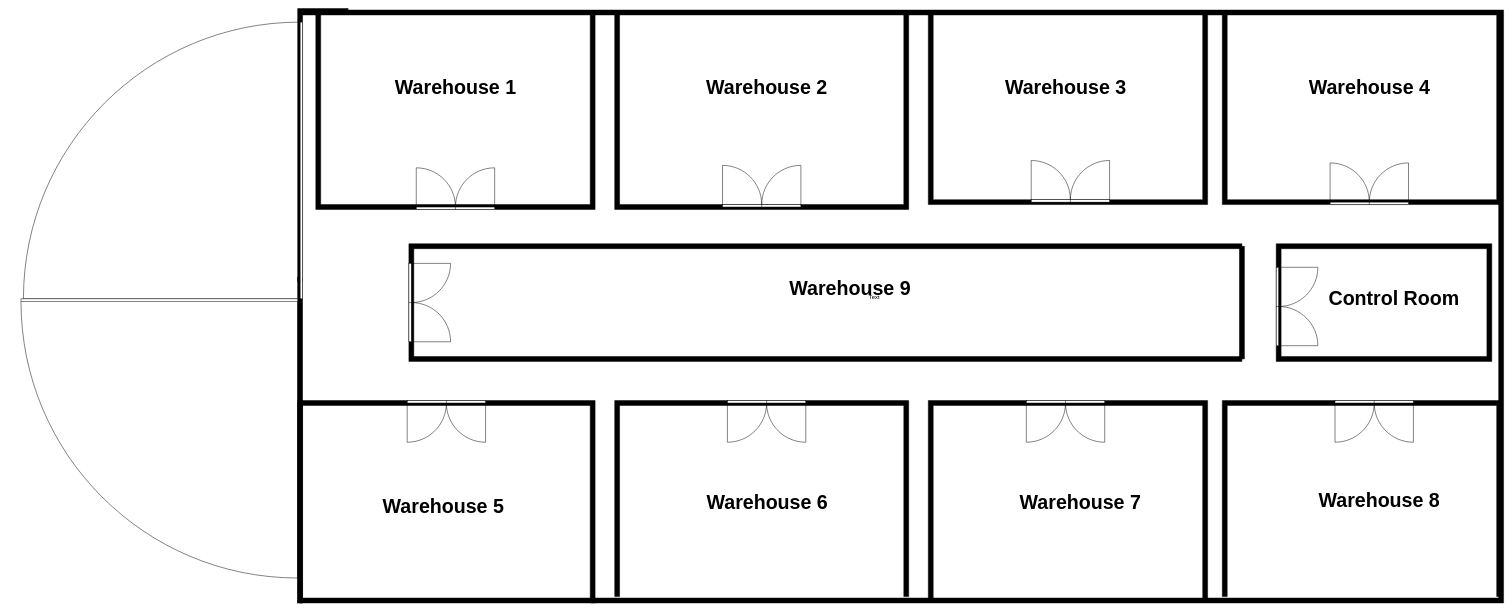
Above: new/Untitled Diagram.drawio in Lakhan-Nad/hello (draw.io), before the change. Source tidied: cells renumbered, new cells numbered last; positions are measured from the earlier drawing's top-left corner, leaving out a move shared by most shapes. Both pictures are drawn from the tidied source at 49%, with x=0, y=0 at pixel (8, -295).
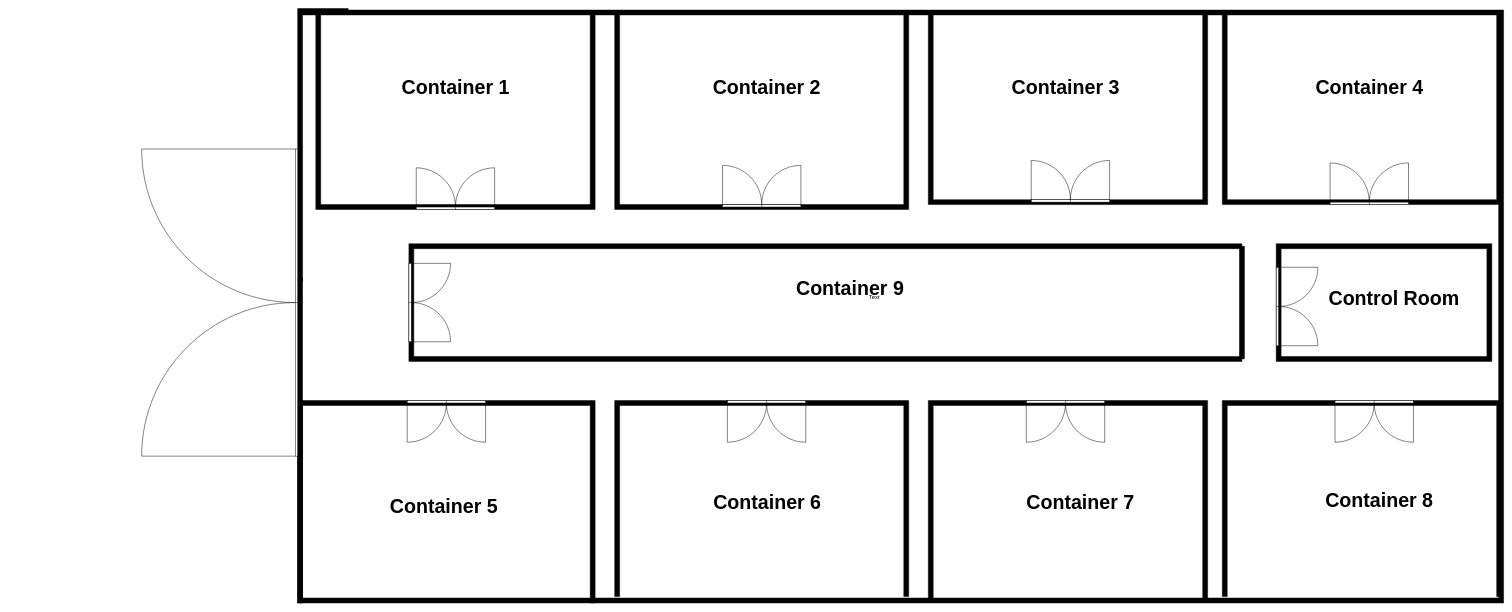
After the change.

What changed in the source:
```diff
@@
-    <mxCell id="5" style="verticalLabelPosition=bottom;html=1;verticalAlign=top;align=center;shape=mxgraph.floorplan.doorRight;direction=south;" parent="1" vertex="1">
-      <mxGeometry y="647.6" width="600" height="564.7" as="geometry" />
-    </mxCell>
-    <mxCell id="6" style="verticalLabelPosition=bottom;html=1;verticalAlign=top;align=center;shape=mxgraph.floorplan.doorRight;direction=east;" parent="1" vertex="1">
-      <mxGeometry x="25.3" y="1212.4" width="564.7" height="600" as="geometry" />
-    </mxCell>
@@
-    <mxCell id="28" value="Warehouse 9" style="text;strokeColor=none;fillColor=none;html=1;fontSize=40;fontStyle=1;verticalAlign=middle;align=center;" parent="1" vertex="1">
+    <mxCell id="28" value="Container 9" style="text;strokeColor=none;fillColor=none;html=1;fontSize=40;fontStyle=1;verticalAlign=middle;align=center;" parent="1" vertex="1">
       <mxGeometry x="1647" y="1170" width="140" height="40" as="geometry" />
     </mxCell>
-    <mxCell id="29" value="Warehouse 1" style="text;strokeColor=none;fillColor=none;html=1;fontSize=40;fontStyle=1;verticalAlign=middle;align=center;" parent="1" vertex="1">
+    <mxCell id="29" value="Container 1" style="text;strokeColor=none;fillColor=none;html=1;fontSize=40;fontStyle=1;verticalAlign=middle;align=center;" parent="1" vertex="1">
       <mxGeometry x="842" y="760" width="140" height="40" as="geometry" />
     </mxCell>
-    <mxCell id="30" value="Warehouse 2" style="text;strokeColor=none;fillColor=none;html=1;fontSize=40;fontStyle=1;verticalAlign=middle;align=center;" parent="1" vertex="1">
+    <mxCell id="30" value="Container 2" style="text;strokeColor=none;fillColor=none;html=1;fontSize=40;fontStyle=1;verticalAlign=middle;align=center;" parent="1" vertex="1">
       <mxGeometry x="1477" y="760" width="140" height="40" as="geometry" />
     </mxCell>
-    <mxCell id="31" value="Warehouse 3" style="text;strokeColor=none;fillColor=none;html=1;fontSize=40;fontStyle=1;verticalAlign=middle;align=center;" parent="1" vertex="1">
+    <mxCell id="31" value="Container 3" style="text;strokeColor=none;fillColor=none;html=1;fontSize=40;fontStyle=1;verticalAlign=middle;align=center;" parent="1" vertex="1">
       <mxGeometry x="2087" y="760" width="140" height="40" as="geometry" />
     </mxCell>
-    <mxCell id="32" value="Warehouse 4" style="text;strokeColor=none;fillColor=none;html=1;fontSize=40;fontStyle=1;verticalAlign=middle;align=center;" parent="1" vertex="1">
+    <mxCell id="32" value="Container 4" style="text;strokeColor=none;fillColor=none;html=1;fontSize=40;fontStyle=1;verticalAlign=middle;align=center;" parent="1" vertex="1">
       <mxGeometry x="2707" y="760" width="140" height="40" as="geometry" />
     </mxCell>
-    <mxCell id="33" value="Warehouse 5" style="text;strokeColor=none;fillColor=none;html=1;fontSize=40;fontStyle=1;verticalAlign=middle;align=center;" parent="1" vertex="1">
-      <mxGeometry x="817" y="1615" width="140" height="40" as="geometry" />
+    <mxCell id="33" value="Container 5" style="text;strokeColor=none;fillColor=none;html=1;fontSize=40;fontStyle=1;verticalAlign=middle;align=center;" parent="1" vertex="1">
+      <mxGeometry x="818" y="1614" width="140" height="40" as="geometry" />
     </mxCell>
-    <mxCell id="34" value="Warehouse 6" style="text;strokeColor=none;fillColor=none;html=1;fontSize=40;fontStyle=1;verticalAlign=middle;align=center;" parent="1" vertex="1">
+    <mxCell id="34" value="Container 6" style="text;strokeColor=none;fillColor=none;html=1;fontSize=40;fontStyle=1;verticalAlign=middle;align=center;" parent="1" vertex="1">
       <mxGeometry x="1478" y="1606.5" width="140" height="40" as="geometry" />
     </mxCell>
-    <mxCell id="35" value="Warehouse 7" style="text;strokeColor=none;fillColor=none;html=1;fontSize=40;fontStyle=1;verticalAlign=middle;align=center;" parent="1" vertex="1">
+    <mxCell id="35" value="Container 7" style="text;strokeColor=none;fillColor=none;html=1;fontSize=40;fontStyle=1;verticalAlign=middle;align=center;" parent="1" vertex="1">
       <mxGeometry x="2117" y="1606.5" width="140" height="40" as="geometry" />
     </mxCell>
-    <mxCell id="36" value="Warehouse 8" style="text;strokeColor=none;fillColor=none;html=1;fontSize=40;fontStyle=1;verticalAlign=middle;align=center;" parent="1" vertex="1">
+    <mxCell id="36" value="Container 8" style="text;strokeColor=none;fillColor=none;html=1;fontSize=40;fontStyle=1;verticalAlign=middle;align=center;" parent="1" vertex="1">
       <mxGeometry x="2727" y="1602.1" width="140" height="40" as="geometry" />
     </mxCell>
@@
+    <mxCell id="39" style="verticalLabelPosition=bottom;html=1;verticalAlign=top;align=center;shape=mxgraph.floorplan.doorDouble;direction=south;" parent="1" vertex="1">
+      <mxGeometry x="257" y="906.6" width="333" height="626.8" as="geometry" />
+    </mxCell>
```
